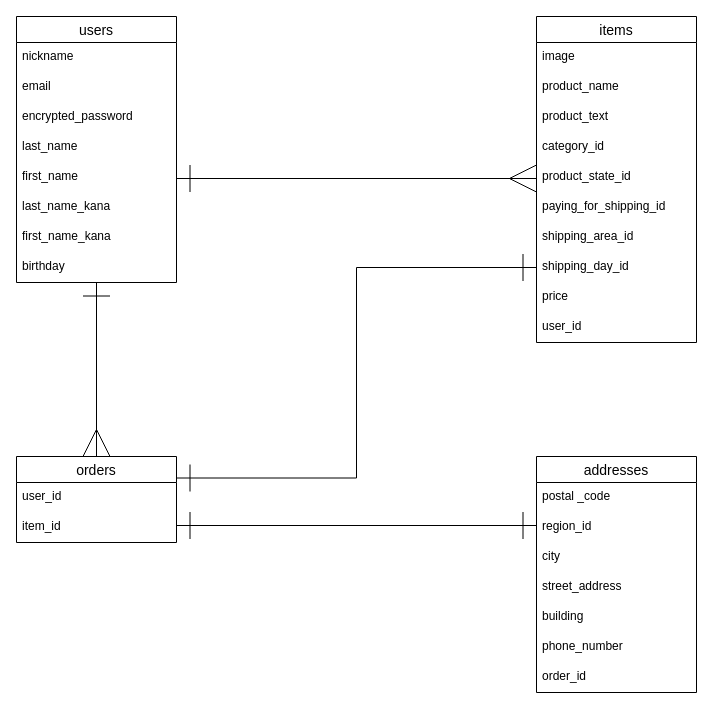
Earlier version of the draw.io diagram er.dio (satoko123/furima-31962). Source tidied: cells renumbered, new cells numbered last; positions are measured from the earlier drawing's top-left corner, leaving out a move shared by most shapes. Both pictures are drawn from the tidied source at 100%, with x=0, y=0 at pixel (16, 16).
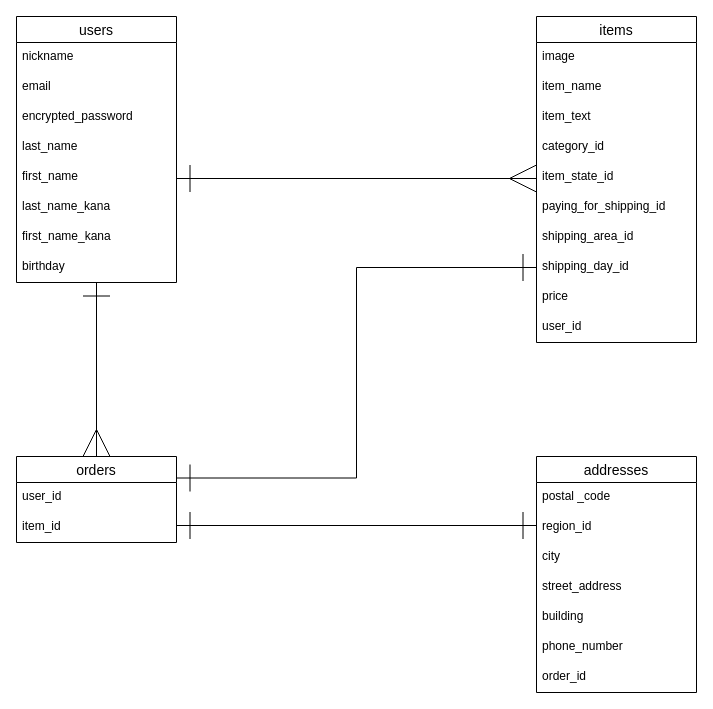
The same diagram, later.

Unchanged cells that the change refers to:
```xml
<mxCell id="10" value="items" style="swimlane;fontStyle=0;horizontal=1;startSize=26;align=center;fontSize=14;" parent="1" vertex="1">
  <mxGeometry x="520" width="160" height="326" as="geometry" />
</mxCell>
```

The edit, as a diff of the source:
```diff
@@
-    <mxCell id="12" value="product_name" style="text;strokeColor=none;fillColor=none;spacingLeft=4;spacingRight=4;overflow=hidden;fontSize=12;" parent="10" vertex="1">
+    <mxCell id="12" value="item_name" style="text;strokeColor=none;fillColor=none;spacingLeft=4;spacingRight=4;overflow=hidden;fontSize=12;" parent="10" vertex="1">
       <mxGeometry y="56" width="160" height="30" as="geometry" />
     </mxCell>
-    <mxCell id="13" value="product_text" style="text;strokeColor=none;fillColor=none;spacingLeft=4;spacingRight=4;overflow=hidden;fontSize=12;" parent="10" vertex="1">
+    <mxCell id="13" value="item_text" style="text;strokeColor=none;fillColor=none;spacingLeft=4;spacingRight=4;overflow=hidden;fontSize=12;" parent="10" vertex="1">
       <mxGeometry y="86" width="160" height="30" as="geometry" />
     </mxCell>
@@
-    <mxCell id="15" value="product_state_id" style="text;strokeColor=none;fillColor=none;spacingLeft=4;spacingRight=4;overflow=hidden;fontSize=12;" parent="10" vertex="1">
+    <mxCell id="15" value="item_state_id" style="text;strokeColor=none;fillColor=none;spacingLeft=4;spacingRight=4;overflow=hidden;fontSize=12;" parent="10" vertex="1">
       <mxGeometry y="146" width="160" height="30" as="geometry" />
     </mxCell>
```
